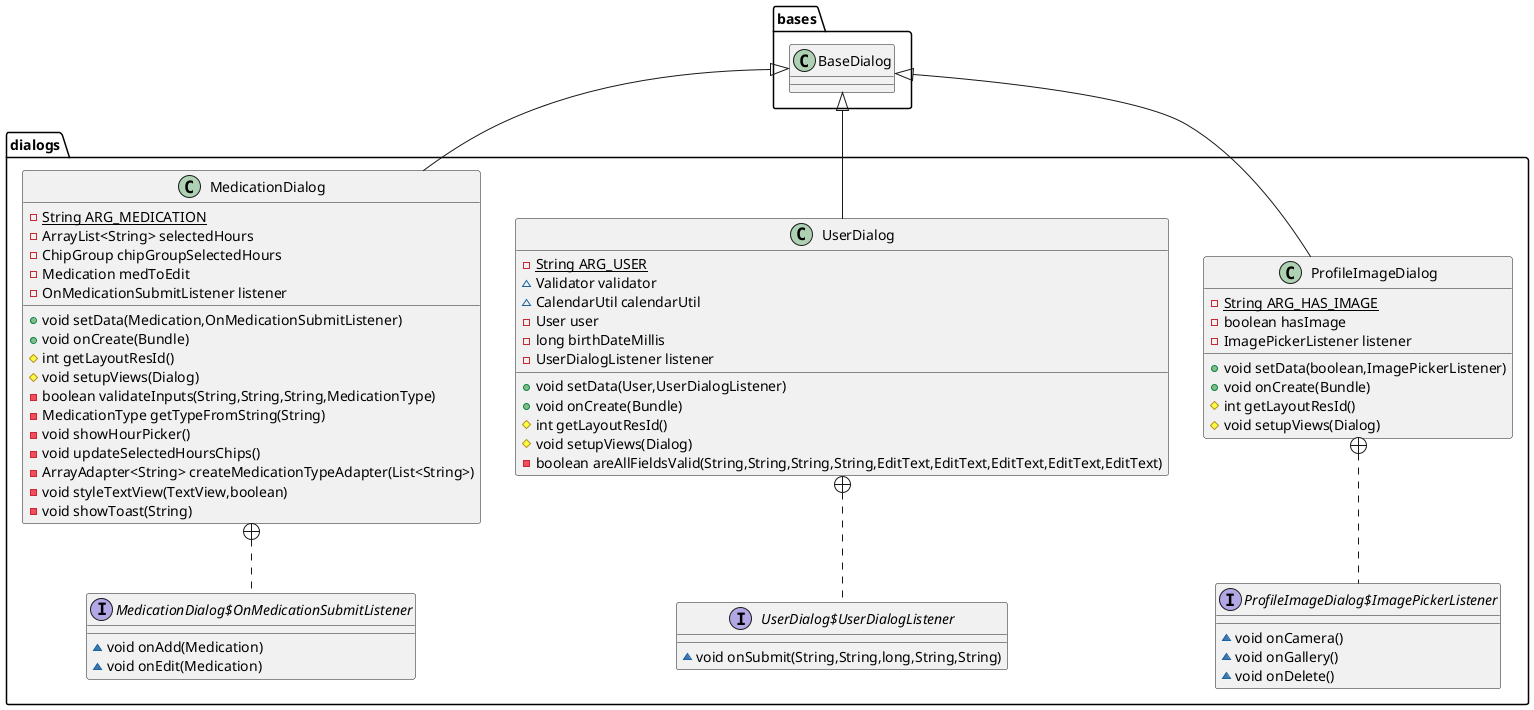
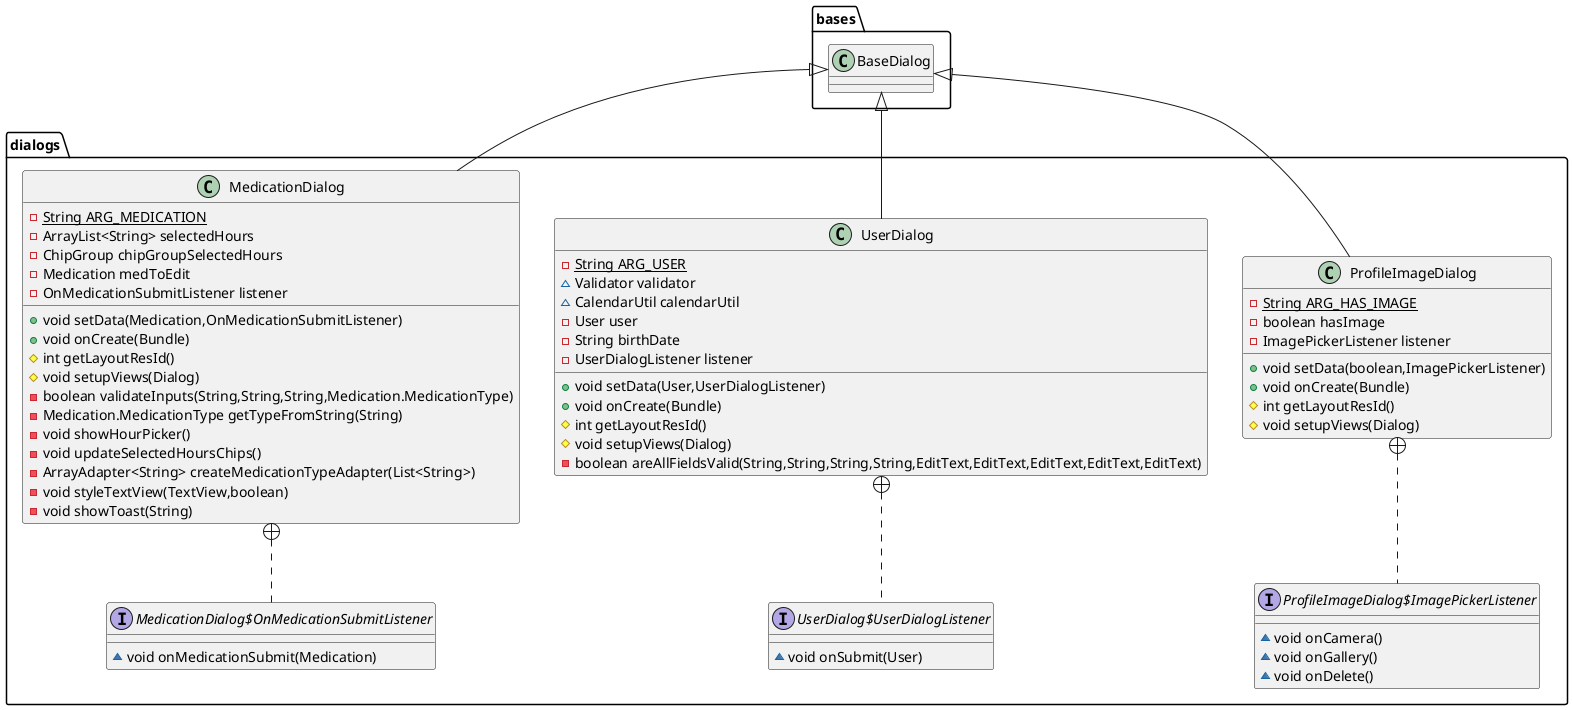
@startuml
class dialogs.ProfileImageDialog {
- {static} String ARG_HAS_IMAGE
- boolean hasImage
- ImagePickerListener listener
+ void setData(boolean,ImagePickerListener)
+ void onCreate(Bundle)
# int getLayoutResId()
# void setupViews(Dialog)
}


interface dialogs.ProfileImageDialog$ImagePickerListener {
~ void onCamera()
~ void onGallery()
~ void onDelete()
}

class dialogs.UserDialog {
- {static} String ARG_USER
~ Validator validator
~ CalendarUtil calendarUtil
- User user
- - long birthDateMillis
+ - String birthDate
- UserDialogListener listener
+ void setData(User,UserDialogListener)
+ void onCreate(Bundle)
# int getLayoutResId()
# void setupViews(Dialog)
- boolean areAllFieldsValid(String,String,String,String,EditText,EditText,EditText,EditText,EditText)
}


interface dialogs.UserDialog$UserDialogListener {
- ~ void onSubmit(String,String,long,String,String)
+ ~ void onSubmit(User)
}

class dialogs.MedicationDialog {
- {static} String ARG_MEDICATION
- ArrayList<String> selectedHours
- ChipGroup chipGroupSelectedHours
- Medication medToEdit
- OnMedicationSubmitListener listener
+ void setData(Medication,OnMedicationSubmitListener)
+ void onCreate(Bundle)
# int getLayoutResId()
# void setupViews(Dialog)
- - boolean validateInputs(String,String,String,MedicationType)
- - MedicationType getTypeFromString(String)
+ - boolean validateInputs(String,String,String,Medication.MedicationType)
+ - Medication.MedicationType getTypeFromString(String)
- void showHourPicker()
- void updateSelectedHoursChips()
- ArrayAdapter<String> createMedicationTypeAdapter(List<String>)
- void styleTextView(TextView,boolean)
- void showToast(String)
}


interface dialogs.MedicationDialog$OnMedicationSubmitListener {
- ~ void onAdd(Medication)
- ~ void onEdit(Medication)
+ ~ void onMedicationSubmit(Medication)
}



bases.BaseDialog <|-- dialogs.ProfileImageDialog
dialogs.ProfileImageDialog +.. dialogs.ProfileImageDialog$ImagePickerListener
bases.BaseDialog <|-- dialogs.UserDialog
dialogs.UserDialog +.. dialogs.UserDialog$UserDialogListener
bases.BaseDialog <|-- dialogs.MedicationDialog
dialogs.MedicationDialog +.. dialogs.MedicationDialog$OnMedicationSubmitListener
- @enduml
+ @enduml